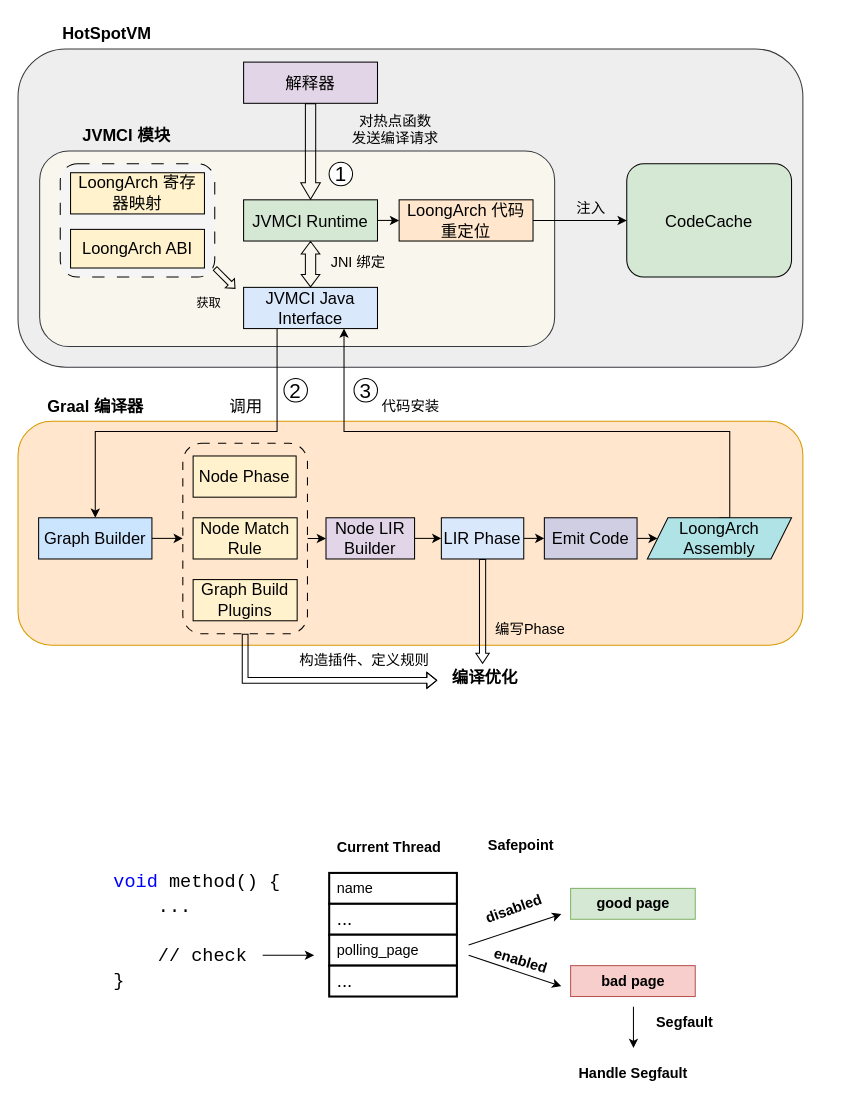
The draw.io diagram Intro.drawio in f123888/Draw.IO, before the edit. Source tidied: cells renumbered, new cells numbered last; positions are measured from the earlier drawing's top-left corner, leaving out a move shared by most shapes. Both pictures are drawn from the tidied source at 103%, with x=0, y=0 at pixel (18, 18).
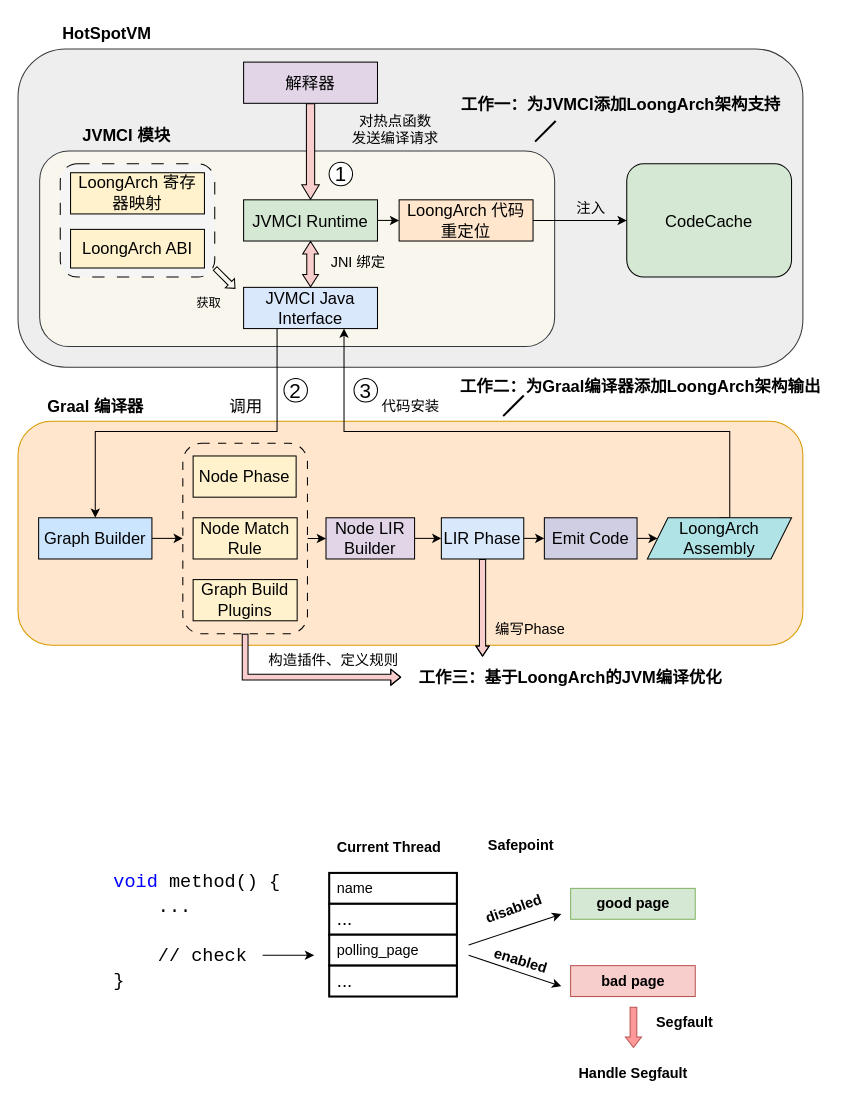
The same diagram, later.

The change refers to these unchanged cells:
```xml
<mxCell id="6" value="&lt;font style=&quot;font-size: 16px;&quot;&gt;解释器&lt;/font&gt;" style="rounded=0;whiteSpace=wrap;html=1;fillColor=#e1d5e7;strokeColor=#000000;" parent="1" vertex="1">
  <mxGeometry x="219" y="42.8" width="130" height="40" as="geometry" />
</mxCell>
<mxCell id="8" value="&lt;font style=&quot;font-size: 16px;&quot;&gt;JVMCI Java Interface&lt;/font&gt;" style="rounded=0;whiteSpace=wrap;html=1;fillColor=#dae8fc;strokeColor=#000000;" parent="1" vertex="1">
  <mxGeometry x="219" y="261.5" width="130" height="40" as="geometry" />
</mxCell>
<mxCell id="10" value="&lt;font style=&quot;font-size: 16px;&quot;&gt;JVMCI Runtime&lt;/font&gt;" style="rounded=0;whiteSpace=wrap;html=1;fillColor=#d5e8d4;strokeColor=#000000;" parent="1" vertex="1">
  <mxGeometry x="219" y="176.5" width="130" height="40" as="geometry" />
</mxCell>
<mxCell id="16" style="rounded=1;whiteSpace=wrap;html=1;dashed=1;dashPattern=8 8;fillColor=#ffe6cc;strokeColor=#000000;" parent="1" vertex="1">
  <mxGeometry x="160" y="412.8" width="121" height="185" as="geometry" />
</mxCell>
<mxCell id="31" value="&lt;font style=&quot;font-size: 16px;&quot;&gt;LIR Phase&lt;/font&gt;" style="rounded=0;whiteSpace=wrap;html=1;fillColor=#dae8fc;strokeColor=#000000;" parent="1" vertex="1">
  <mxGeometry x="411" y="485.2" width="80" height="40" as="geometry" />
</mxCell>
```

What changed in the source:
```diff
@@
-    <mxCell id="18" style="shape=flexArrow;endArrow=classic;html=1;rounded=0;exitX=0.5;exitY=1;exitDx=0;exitDy=0;entryX=0.5;entryY=0;entryDx=0;entryDy=0;endSize=5;startSize=6;endWidth=8;strokeWidth=1;" parent="1" edge="1" source="6" target="10">
+    <mxCell id="18" style="shape=flexArrow;endArrow=classic;html=1;rounded=0;exitX=0.5;exitY=1;exitDx=0;exitDy=0;entryX=0.5;entryY=0;entryDx=0;entryDy=0;endSize=4.39;startSize=6;endWidth=8;strokeWidth=1;fillColor=#f8cecc;strokeColor=#000000;width=8;" parent="1" edge="1" source="6" target="10">
       <mxGeometry relative="1" as="geometry" />
     </mxCell>
@@
-    <mxCell id="20" style="shape=flexArrow;endArrow=classic;startArrow=classic;html=1;rounded=0;entryX=0.5;entryY=1;entryDx=0;entryDy=0;exitX=0.5;exitY=0;exitDx=0;exitDy=0;endSize=3.6671140939597313;startSize=3.6671140939597313;endWidth=6.97986577181208;startWidth=6.97986577181208;" parent="1" edge="1" source="8" target="10">
+    <mxCell id="20" style="shape=flexArrow;endArrow=classic;startArrow=classic;html=1;rounded=0;entryX=0.5;entryY=1;entryDx=0;entryDy=0;exitX=0.5;exitY=0;exitDx=0;exitDy=0;endSize=3.6671140939597313;startSize=3.6671140939597313;endWidth=6.97986577181208;startWidth=6.97986577181208;fillColor=#f8cecc;strokeColor=#000000;width=7.333333333333333;" parent="1" edge="1" source="8" target="10">
       <mxGeometry relative="1" as="geometry" />
     </mxCell>
@@
-    <mxCell id="46" value="&lt;font style=&quot;font-size: 16px;&quot;&gt;&lt;b&gt;编译优化&lt;/b&gt;&lt;/font&gt;" style="text;html=1;align=center;verticalAlign=middle;points=[];strokeColor=none;fillColor=none;rounded=1;dashed=1;dashPattern=8 8;" parent="1" vertex="1">
-      <mxGeometry x="408" y="625" width="90" height="30" as="geometry" />
+    <mxCell id="46" value="&lt;font style=&quot;font-size: 16px;&quot;&gt;&lt;b&gt;工作三：基于LoongArch的JVM编译优化&lt;/b&gt;&lt;/font&gt;" style="text;html=1;align=center;verticalAlign=middle;points=[];strokeColor=none;fillColor=none;rounded=1;dashed=1;dashPattern=8 8;" parent="1" vertex="1">
+      <mxGeometry x="376" y="625" width="320" height="30" as="geometry" />
     </mxCell>
-    <mxCell id="47" style="edgeStyle=orthogonalEdgeStyle;rounded=0;jettySize=auto;html=1;exitX=0.5;exitY=1;exitDx=0;exitDy=0;entryX=-0.011;entryY=0.6;entryDx=0;entryDy=0;entryPerimeter=0;shape=flexArrow;width=5.6;endSize=2.872;endWidth=8.959999999999999;" parent="1" edge="1" source="16" target="46">
-      <mxGeometry relative="1" as="geometry" />
+    <mxCell id="47" style="edgeStyle=orthogonalEdgeStyle;rounded=0;jettySize=auto;html=1;exitX=0.5;exitY=1;exitDx=0;exitDy=0;shape=flexArrow;width=5.6;endSize=2.872;endWidth=8.959999999999999;strokeWidth=1;fillColor=#f8cecc;strokeColor=#000000;" parent="1" edge="1" source="16">
+      <mxGeometry relative="1" as="geometry">
+        <mxPoint x="372" y="640" as="targetPoint" />
+        <Array as="points">
+          <mxPoint x="221" y="640" />
+        </Array>
+      </mxGeometry>
     </mxCell>
-    <mxCell id="48" style="edgeStyle=orthogonalEdgeStyle;rounded=0;jettySize=auto;html=1;exitX=0.5;exitY=1;exitDx=0;exitDy=0;entryX=0.478;entryY=0.067;entryDx=0;entryDy=0;entryPerimeter=0;shape=flexArrow;width=6;endSize=2.936;endWidth=6;" parent="1" edge="1" source="31" target="46">
-      <mxGeometry relative="1" as="geometry" />
+    <mxCell id="48" style="edgeStyle=orthogonalEdgeStyle;rounded=0;jettySize=auto;html=1;exitX=0.5;exitY=1;exitDx=0;exitDy=0;shape=flexArrow;width=6;endSize=2.936;endWidth=6;strokeWidth=1;fillColor=#f8cecc;strokeColor=#000000;" parent="1" edge="1" source="31">
+      <mxGeometry relative="1" as="geometry">
+        <mxPoint x="451" y="620" as="targetPoint" />
+      </mxGeometry>
     </mxCell>
@@
     <mxCell id="50" value="&lt;span style=&quot;font-size: 14px;&quot;&gt;构造插件、定义规则&lt;/span&gt;" style="text;html=1;align=center;verticalAlign=middle;strokeColor=none;fillColor=none;" parent="1" vertex="1">
-      <mxGeometry x="261" y="609" width="150" height="30" as="geometry" />
+      <mxGeometry x="231" y="609" width="150" height="30" as="geometry" />
     </mxCell>
@@
-    <mxCell id="65" style="endArrow=classic;html=1;rounded=0;" parent="1" edge="1">
+    <mxCell id="65" style="endArrow=classic;html=1;rounded=0;strokeColor=#b85450;shape=flexArrow;width=6.511627906976744;endSize=3.046511627906977;endWidth=8.134126554894538;fillColor=#FF9999;" parent="1" edge="1">
       <mxGeometry relative="1" as="geometry">
         <mxPoint x="597.5" y="960" as="sourcePoint" />
         <mxPoint x="597.5" y="1000" as="targetPoint" />
       </mxGeometry>
     </mxCell>
@@
+    <mxCell id="68" value="&lt;font style=&quot;font-size: 16px;&quot;&gt;&lt;b&gt;工作一：为JVMCI添加LoongArch架构支持&lt;/b&gt;&lt;/font&gt;" style="text;html=1;align=center;verticalAlign=middle;strokeColor=none;fillColor=none;rounded=1;dashed=1;dashPattern=8 8;" parent="1" vertex="1">
+      <mxGeometry x="420.1" y="69" width="330" height="30" as="geometry" />
+    </mxCell>
+    <mxCell id="69" style="endArrow=none;html=1;rounded=0;strokeWidth=2;" parent="1" edge="1">
+      <mxGeometry relative="1" as="geometry">
+        <mxPoint x="502" y="120" as="sourcePoint" />
+        <mxPoint x="522" y="100" as="targetPoint" />
+      </mxGeometry>
+    </mxCell>
+    <mxCell id="70" value="&lt;font style=&quot;font-size: 16px;&quot;&gt;&lt;b&gt;工作二：为Graal编译器添加LoongArch架构输出&lt;/b&gt;&lt;/font&gt;" style="text;html=1;align=center;verticalAlign=middle;strokeColor=none;fillColor=none;rounded=1;dashed=1;dashPattern=8 8;" parent="1" vertex="1">
+      <mxGeometry x="419" y="342.8" width="370" height="30" as="geometry" />
+    </mxCell>
+    <mxCell id="71" style="endArrow=none;html=1;rounded=0;strokeWidth=2;" parent="1" edge="1">
+      <mxGeometry relative="1" as="geometry">
+        <mxPoint x="471" y="386.5" as="sourcePoint" />
+        <mxPoint x="491" y="366.5" as="targetPoint" />
+      </mxGeometry>
+    </mxCell>
```
